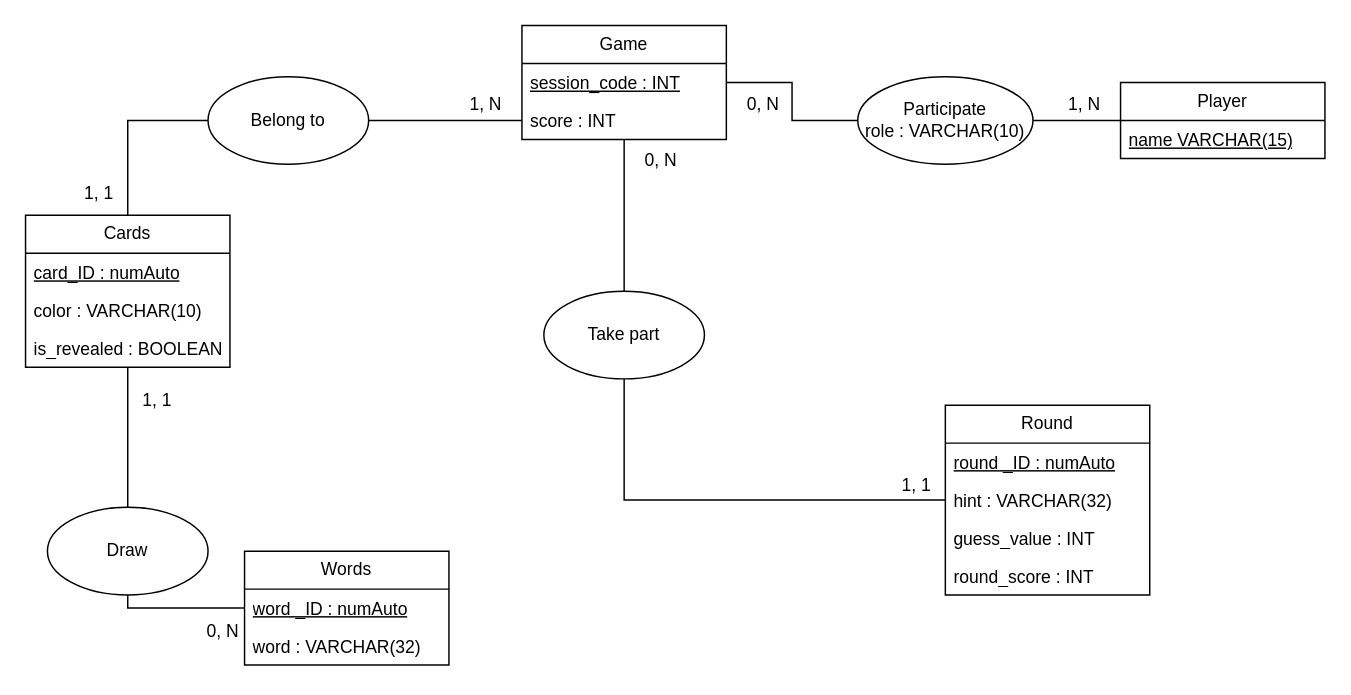
Before: DiagrammePolynames.drawio in Pumchh/PolyNames, a draw.io diagram. Source tidied: cells renumbered, new cells numbered last; positions are measured from the earlier drawing's top-left corner, leaving out a move shared by most shapes. Both pictures are drawn from the tidied source at 146%, with x=0, y=0 at pixel (25, 25).
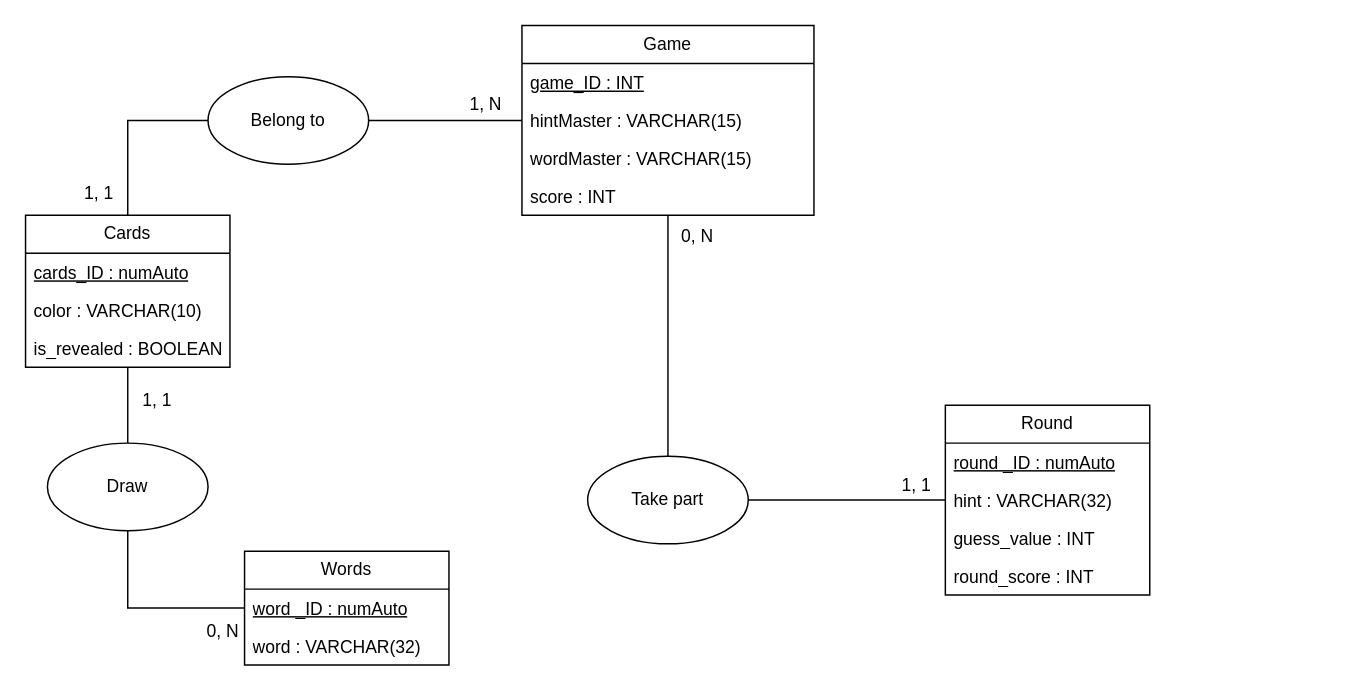
After the change.

Commit message:
Mettre à jour DiagrammePolynames.drawio

Unchanged cells that the change refers to:
```xml
<mxCell id="9" value="Cards" style="swimlane;fontStyle=0;horizontal=1;startSize=26;fillColor=none;whiteSpace=wrap;html=1;" parent="1" vertex="1">
  <mxGeometry y="130" width="140" height="104" as="geometry" />
</mxCell>
<mxCell id="14" value="&lt;span style=&quot;background-color: initial;&quot;&gt;Words&lt;/span&gt;" style="swimlane;fontStyle=0;horizontal=1;startSize=26;fillColor=none;whiteSpace=wrap;html=1;" parent="1" vertex="1">
  <mxGeometry x="150" y="360" width="140" height="78" as="geometry" />
</mxCell>
```

The edit, as a diff of the source:
```diff
@@
-    <mxCell id="2" style="edgeStyle=orthogonalEdgeStyle;rounded=0;jettySize=auto;html=1;endArrow=none;endFill=0;" parent="1" edge="1" source="34" target="6">
-      <mxGeometry relative="1" as="geometry" />
-    </mxCell>
     <mxCell id="3" value="Game" style="swimlane;fontStyle=0;horizontal=1;startSize=26;fillColor=none;whiteSpace=wrap;html=1;" parent="1" vertex="1">
-      <mxGeometry x="340" width="140" height="78" as="geometry" />
+      <mxGeometry x="340" width="200" height="130" as="geometry" />
     </mxCell>
-    <mxCell id="4" value="&lt;u&gt;session_code : INT&lt;/u&gt;" style="text;strokeColor=none;fillColor=none;align=left;verticalAlign=top;spacingLeft=4;spacingRight=4;overflow=hidden;whiteSpace=wrap;html=1;" parent="3" vertex="1">
-      <mxGeometry y="26" width="140" height="26" as="geometry" />
+    <mxCell id="4" value="&lt;u&gt;game_ID : INT&lt;/u&gt;" style="text;strokeColor=none;fillColor=none;align=left;verticalAlign=top;spacingLeft=4;spacingRight=4;overflow=hidden;whiteSpace=wrap;html=1;" parent="3" vertex="1">
+      <mxGeometry y="26" width="200" height="26" as="geometry" />
     </mxCell>
+    <mxCell id="37" value="hintMaster : VARCHAR(15)" style="text;strokeColor=none;fillColor=none;align=left;verticalAlign=top;spacingLeft=4;spacingRight=4;overflow=hidden;whiteSpace=wrap;html=1;" parent="3" vertex="1">
+      <mxGeometry y="52" width="200" height="26" as="geometry" />
+    </mxCell>
+    <mxCell id="38" value="wordMaster : VARCHAR(15)" style="text;strokeColor=none;fillColor=none;align=left;verticalAlign=top;spacingLeft=4;spacingRight=4;overflow=hidden;whiteSpace=wrap;html=1;" parent="3" vertex="1">
+      <mxGeometry y="78" width="200" height="26" as="geometry" />
+    </mxCell>
     <mxCell id="5" value="score : INT" style="text;strokeColor=none;fillColor=none;align=left;verticalAlign=top;spacingLeft=4;spacingRight=4;overflow=hidden;whiteSpace=wrap;html=1;" parent="3" vertex="1">
-      <mxGeometry y="52" width="140" height="26" as="geometry" />
+      <mxGeometry y="104" width="200" height="26" as="geometry" />
     </mxCell>
-    <mxCell id="6" value="Player" style="swimlane;fontStyle=0;horizontal=1;startSize=26;fillColor=none;whiteSpace=wrap;html=1;" parent="1" vertex="1">
-      <mxGeometry x="750" y="39" width="140" height="52" as="geometry" />
-    </mxCell>
-    <mxCell id="7" value="&lt;u&gt;name VARCHAR(15)&lt;/u&gt;" style="text;strokeColor=none;fillColor=none;align=left;verticalAlign=top;spacingLeft=4;spacingRight=4;overflow=hidden;whiteSpace=wrap;html=1;" parent="6" vertex="1">
-      <mxGeometry y="26" width="140" height="26" as="geometry" />
-    </mxCell>
@@
-    <mxCell id="10" value="&lt;u&gt;card_ID : numAuto&lt;/u&gt;" style="text;strokeColor=none;fillColor=none;align=left;verticalAlign=top;spacingLeft=4;spacingRight=4;overflow=hidden;whiteSpace=wrap;html=1;" parent="9" vertex="1">
+    <mxCell id="10" value="&lt;u&gt;cards_ID : numAuto&lt;/u&gt;" style="text;strokeColor=none;fillColor=none;align=left;verticalAlign=top;spacingLeft=4;spacingRight=4;overflow=hidden;whiteSpace=wrap;html=1;" parent="9" vertex="1">
       <mxGeometry y="26" width="140" height="26" as="geometry" />
     </mxCell>
@@
-    <mxCell id="13" style="edgeStyle=orthogonalEdgeStyle;rounded=0;jettySize=auto;html=1;endArrow=none;endFill=0;" parent="1" edge="1" source="14" target="9">
+    <mxCell id="13" style="edgeStyle=orthogonalEdgeStyle;rounded=0;jettySize=auto;html=1;endArrow=none;endFill=0;" parent="1" edge="1" source="32" target="9">
       <mxGeometry relative="1" as="geometry" />
     </mxCell>
@@
     <mxCell id="28" value="0, N" style="text;html=1;align=center;verticalAlign=middle;strokeColor=none;fillColor=none;" parent="1" vertex="1">
-      <mxGeometry x="410" y="78" width="50" height="30" as="geometry" />
+      <mxGeometry x="435" y="130" width="50" height="30" as="geometry" />
     </mxCell>
-    <mxCell id="29" value="0, N" style="text;html=1;align=center;verticalAlign=middle;strokeColor=none;fillColor=none;" parent="1" vertex="1">
-      <mxGeometry x="480" y="39" width="50" height="30" as="geometry" />
-    </mxCell>
-    <mxCell id="30" value="1, N" style="text;html=1;align=center;verticalAlign=middle;strokeColor=none;fillColor=none;" parent="1" vertex="1">
-      <mxGeometry x="700" y="39" width="50" height="30" as="geometry" />
-    </mxCell>
@@
-    <mxCell id="32" value="Draw" style="ellipse;whiteSpace=wrap;html=1;" parent="1" vertex="1">
-      <mxGeometry x="15" y="330" width="110" height="60" as="geometry" />
-    </mxCell>
-    <mxCell id="33" style="edgeStyle=orthogonalEdgeStyle;rounded=0;jettySize=auto;html=1;endArrow=none;endFill=0;" parent="1" edge="1" source="3" target="34">
-      <mxGeometry relative="1" as="geometry" />
-    </mxCell>
-    <mxCell id="34" value="&lt;div&gt;Participate&lt;/div&gt;&lt;div&gt;role : VARCHAR(10)&lt;/div&gt;" style="ellipse;whiteSpace=wrap;html=1;" parent="1" vertex="1">
-      <mxGeometry x="570" y="35" width="120" height="60" as="geometry" />
-    </mxCell>
@@
     <mxCell id="36" value="Take part" style="ellipse;whiteSpace=wrap;html=1;" parent="1" vertex="1">
-      <mxGeometry x="355" y="182" width="110" height="60" as="geometry" />
+      <mxGeometry x="385" y="295" width="110" height="60" as="geometry" />
     </mxCell>
+    <mxCell id="39" style="edgeStyle=orthogonalEdgeStyle;rounded=0;jettySize=auto;html=1;endArrow=none;endFill=0;" parent="1" edge="1" source="14" target="32">
+      <mxGeometry relative="1" as="geometry" />
+    </mxCell>
+    <mxCell id="32" value="Draw" style="ellipse;whiteSpace=wrap;html=1;" parent="1" vertex="1">
+      <mxGeometry x="15" y="286" width="110" height="60" as="geometry" />
+    </mxCell>
```
